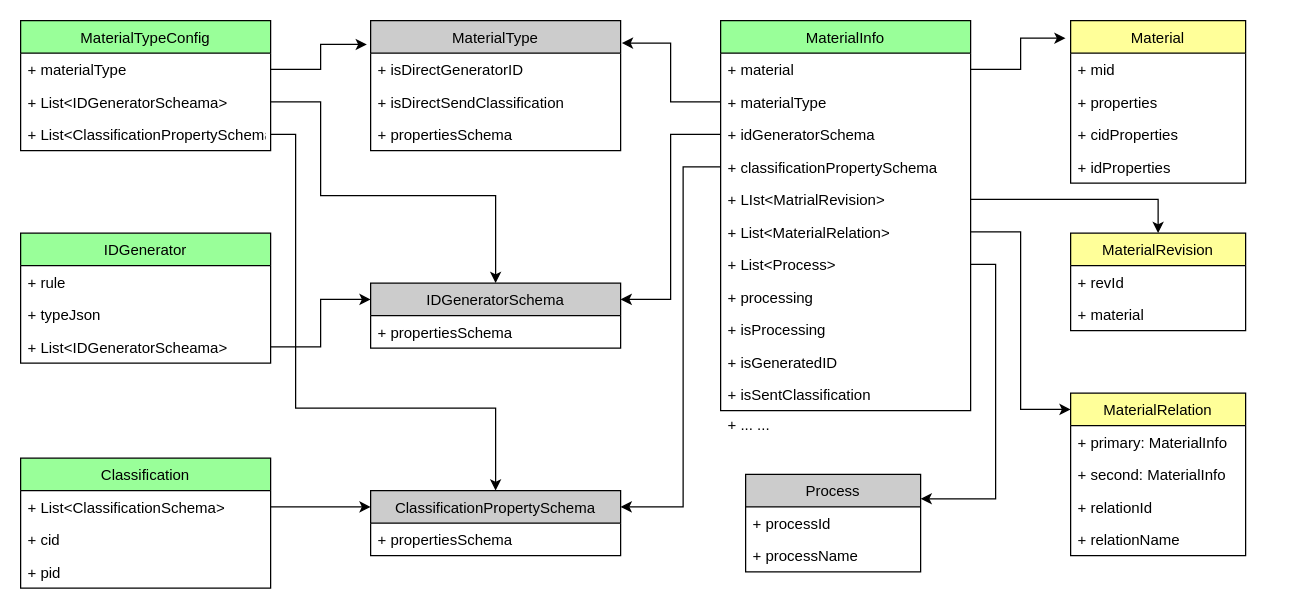
Before: Material.drawio in lvmq/emop, a draw.io diagram. Source tidied: cells renumbered, new cells numbered last; positions are measured from the earlier drawing's top-left corner, leaving out a move shared by most shapes. Both pictures are drawn from the tidied source at 125%, with x=0, y=0 at pixel (20, 20).
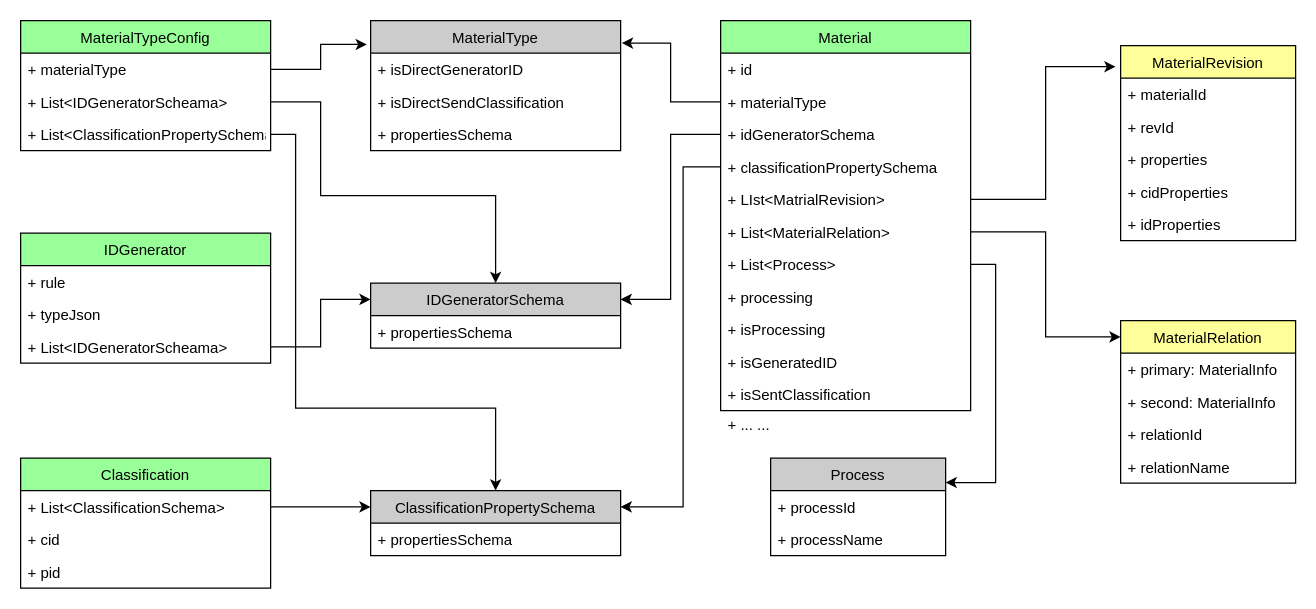
Above is the later version.

Commit message:
update material UML

Unchanged cells that the change refers to:
```xml
<mxCell id="27" value="+ LIst&lt;MatrialRevision&gt;" style="text;strokeColor=none;fillColor=none;align=left;verticalAlign=top;spacingLeft=4;spacingRight=4;overflow=hidden;points=[[0,0.5],[1,0.5]];portConstraint=eastwest;" parent="22" vertex="1">
  <mxGeometry y="130" width="200" height="26" as="geometry" />
</mxCell>
```

Change to the diagram source:
```diff
@@
-    <mxCell id="22" value="MaterialInfo" style="swimlane;fontStyle=0;horizontal=1;startSize=26;fillColor=#99FF99;" parent="1" vertex="1">
+    <mxCell id="22" value="Material" style="swimlane;fontStyle=0;horizontal=1;startSize=26;fillColor=#99FF99;" parent="1" vertex="1">
       <mxGeometry x="560" width="200" height="312" as="geometry" />
     </mxCell>
-    <mxCell id="23" value="+ material" style="text;strokeColor=none;fillColor=none;align=left;verticalAlign=top;spacingLeft=4;spacingRight=4;overflow=hidden;points=[[0,0.5],[1,0.5]];portConstraint=eastwest;" parent="22" vertex="1">
+    <mxCell id="23" value="+ id" style="text;strokeColor=none;fillColor=none;align=left;verticalAlign=top;spacingLeft=4;spacingRight=4;overflow=hidden;points=[[0,0.5],[1,0.5]];portConstraint=eastwest;" parent="22" vertex="1">
       <mxGeometry y="26" width="200" height="26" as="geometry" />
     </mxCell>
@@
-    <mxCell id="34" value="Material" style="swimlane;fontStyle=0;horizontal=1;startSize=26;fillColor=#FFFF99;" parent="1" vertex="1">
-      <mxGeometry x="840" width="140" height="130" as="geometry" />
+    <mxCell id="34" value="MaterialRevision" style="swimlane;fontStyle=0;horizontal=1;startSize=26;fillColor=#FFFF99;" parent="1" vertex="1">
+      <mxGeometry x="880" y="20" width="140" height="156" as="geometry" />
     </mxCell>
-    <mxCell id="35" value="+ mid" style="text;strokeColor=none;fillColor=none;align=left;verticalAlign=top;spacingLeft=4;spacingRight=4;overflow=hidden;" parent="34" vertex="1">
+    <mxCell id="35" value="+ materialId" style="text;strokeColor=none;fillColor=none;align=left;verticalAlign=top;spacingLeft=4;spacingRight=4;overflow=hidden;" parent="34" vertex="1">
       <mxGeometry y="26" width="140" height="26" as="geometry" />
     </mxCell>
+    <mxCell id="40" value="+ revId" style="text;strokeColor=none;fillColor=none;align=left;verticalAlign=top;spacingLeft=4;spacingRight=4;overflow=hidden;" parent="34" vertex="1">
+      <mxGeometry y="52" width="140" height="26" as="geometry" />
+    </mxCell>
     <mxCell id="36" value="+ properties" style="text;strokeColor=none;fillColor=none;align=left;verticalAlign=top;spacingLeft=4;spacingRight=4;overflow=hidden;" parent="34" vertex="1">
-      <mxGeometry y="52" width="140" height="26" as="geometry" />
+      <mxGeometry y="78" width="140" height="26" as="geometry" />
     </mxCell>
     <mxCell id="37" value="+ cidProperties   " style="text;strokeColor=none;fillColor=none;align=left;verticalAlign=top;spacingLeft=4;spacingRight=4;overflow=hidden;" parent="34" vertex="1">
-      <mxGeometry y="78" width="140" height="26" as="geometry" />
+      <mxGeometry y="104" width="140" height="26" as="geometry" />
     </mxCell>
     <mxCell id="38" value="+ idProperties   " style="text;strokeColor=none;fillColor=none;align=left;verticalAlign=top;spacingLeft=4;spacingRight=4;overflow=hidden;" parent="34" vertex="1">
-      <mxGeometry y="104" width="140" height="26" as="geometry" />
+      <mxGeometry y="130" width="140" height="26" as="geometry" />
     </mxCell>
-    <mxCell id="39" value="MaterialRevision" style="swimlane;fontStyle=0;horizontal=1;startSize=26;fillColor=#FFFF99;" parent="1" vertex="1">
-      <mxGeometry x="840" y="170" width="140" height="78" as="geometry" />
-    </mxCell>
-    <mxCell id="40" value="+ revId" style="text;strokeColor=none;fillColor=none;align=left;verticalAlign=top;spacingLeft=4;spacingRight=4;overflow=hidden;" parent="39" vertex="1">
-      <mxGeometry y="26" width="140" height="26" as="geometry" />
-    </mxCell>
-    <mxCell id="41" value="+ material" style="text;strokeColor=none;fillColor=none;align=left;verticalAlign=top;spacingLeft=4;spacingRight=4;overflow=hidden;" parent="39" vertex="1">
-      <mxGeometry y="52" width="140" height="26" as="geometry" />
-    </mxCell>
     <mxCell id="42" value="MaterialRelation" style="swimlane;fontStyle=0;horizontal=1;startSize=26;fillColor=#FFFF99;" parent="1" vertex="1">
-      <mxGeometry x="840" y="298" width="140" height="130" as="geometry" />
+      <mxGeometry x="880" y="240" width="140" height="130" as="geometry" />
     </mxCell>
@@
     <mxCell id="47" value="Process" style="swimlane;fontStyle=0;horizontal=1;startSize=26;fillColor=#CCCCCC;" parent="1" vertex="1">
-      <mxGeometry x="580" y="363" width="140" height="78" as="geometry" />
+      <mxGeometry x="600" y="350" width="140" height="78" as="geometry" />
     </mxCell>
@@
-    <mxCell id="51" style="edgeStyle=orthogonalEdgeStyle;rounded=0;jettySize=auto;html=1;exitX=1;exitY=0.5;exitDx=0;exitDy=0;entryX=-0.029;entryY=0.108;entryDx=0;entryDy=0;entryPerimeter=0;" parent="1" edge="1" source="23" target="34">
+    <mxCell id="51" style="edgeStyle=orthogonalEdgeStyle;rounded=0;jettySize=auto;html=1;exitX=1;exitY=0.5;exitDx=0;exitDy=0;entryX=-0.029;entryY=0.108;entryDx=0;entryDy=0;entryPerimeter=0;" parent="1" edge="1" source="27" target="34">
       <mxGeometry relative="1" as="geometry" />
     </mxCell>
@@
-    <mxCell id="55" style="edgeStyle=orthogonalEdgeStyle;rounded=0;jettySize=auto;html=1;exitX=1;exitY=0.5;exitDx=0;exitDy=0;" parent="1" edge="1" source="27" target="39">
-      <mxGeometry relative="1" as="geometry" />
-    </mxCell>
```
